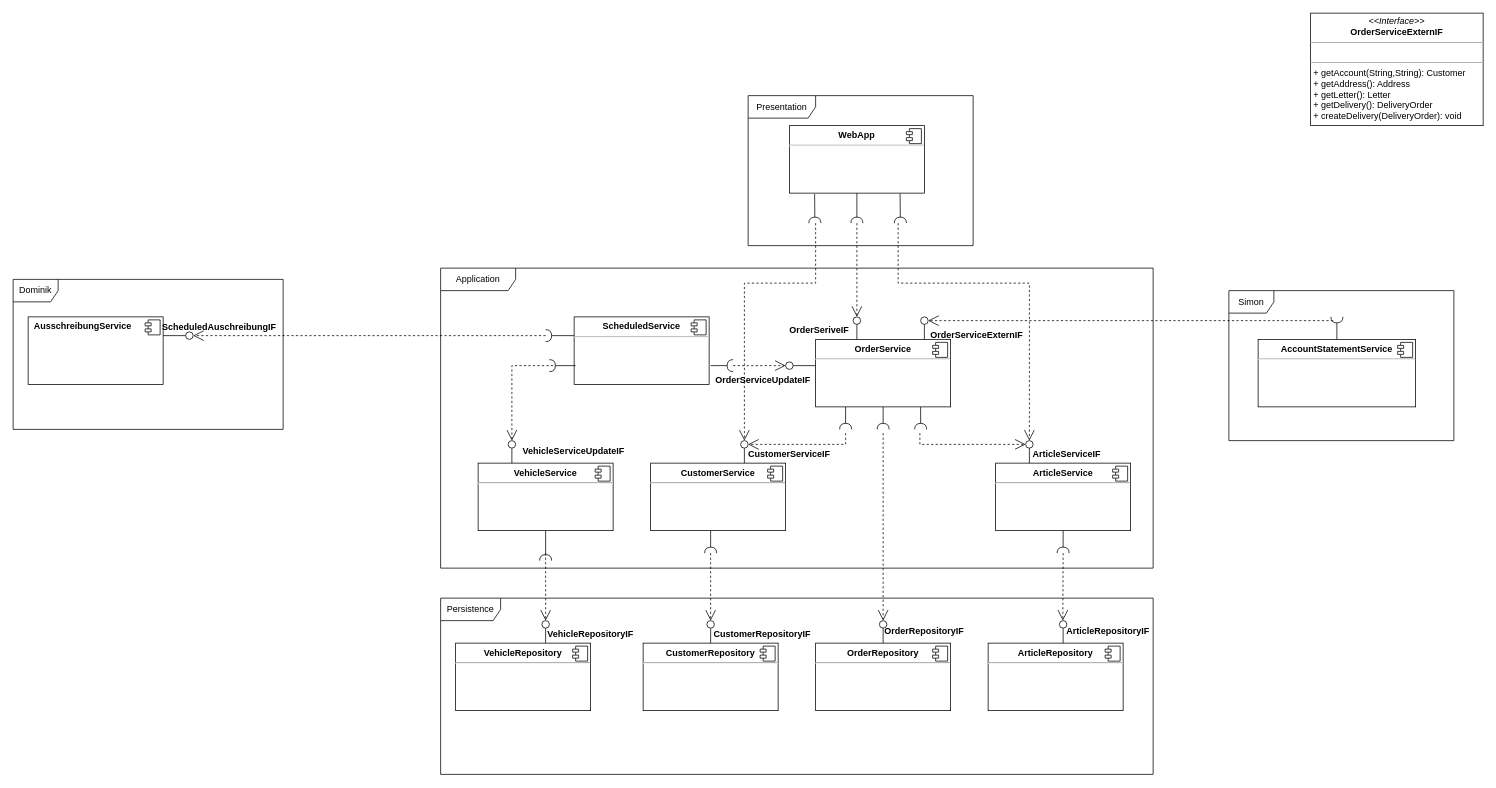
MatthiasEberhardt/Softwareentwicklung keeps this draw.io diagram as componentDiagram.drawio. Above is the earlier version. Source tidied: cells renumbered, new cells numbered last; positions are measured from the earlier drawing's top-left corner, leaving out a move shared by most shapes. Both pictures are drawn from the tidied source at 75%, with x=0, y=0 at pixel (13, 13).
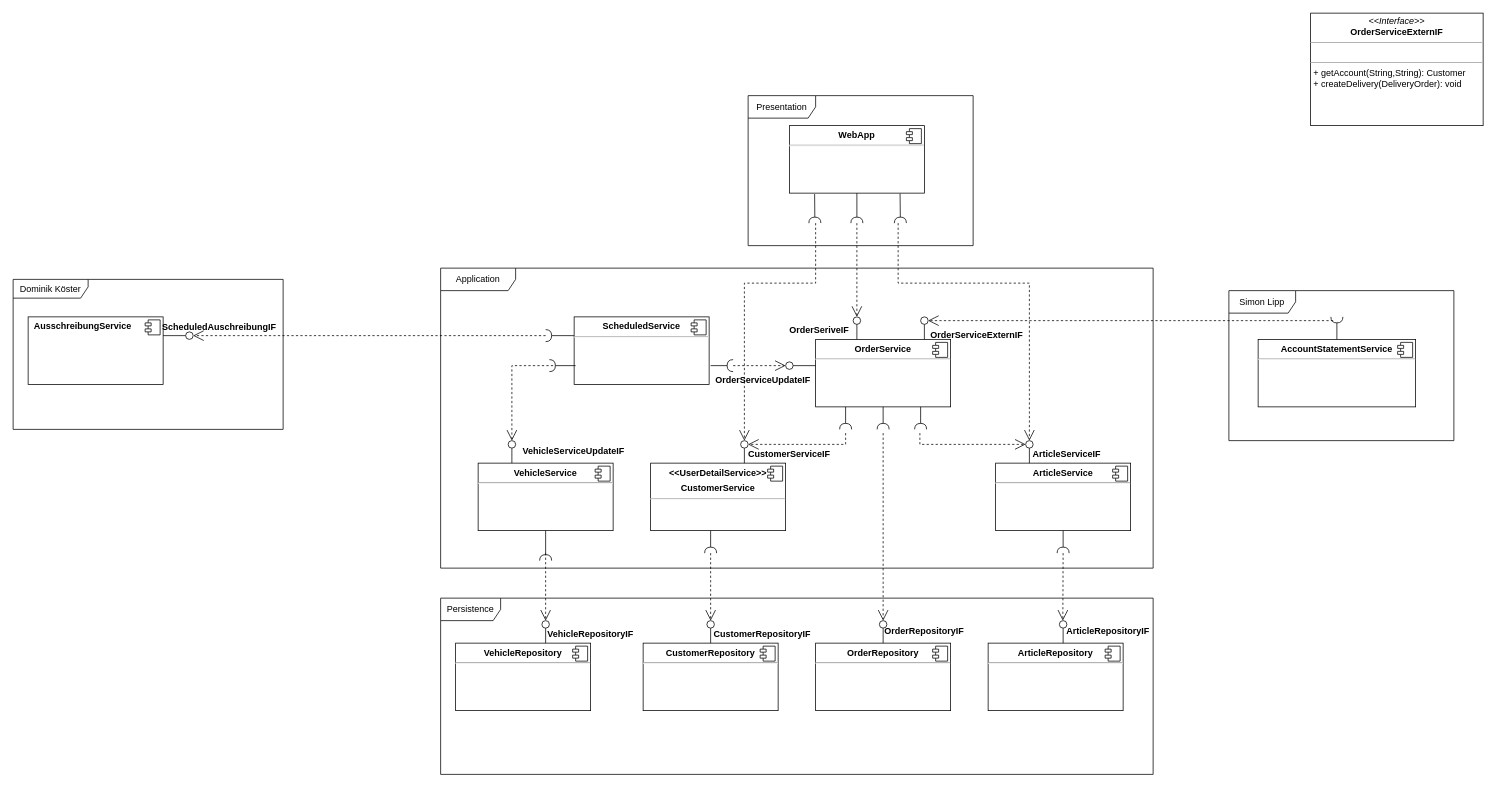
Above is the later version.

Change to the diagram source:
```diff
@@
-    <mxCell id="8" value="&lt;p style=&quot;margin: 0px ; margin-top: 6px ; text-align: center&quot;&gt;&lt;b&gt;CustomerService&lt;/b&gt;&lt;/p&gt;&lt;hr&gt;&lt;p style=&quot;margin: 0px ; margin-left: 8px&quot;&gt;&lt;br&gt;&lt;/p&gt;" style="align=left;overflow=fill;html=1;" parent="1" vertex="1">
+    <mxCell id="8" value="&lt;p style=&quot;margin: 0px ; margin-top: 6px ; text-align: center&quot;&gt;&lt;b&gt;&amp;lt;&amp;lt;UserDetailService&amp;gt;&amp;gt;&lt;/b&gt;&lt;/p&gt;&lt;p style=&quot;margin: 0px ; margin-top: 6px ; text-align: center&quot;&gt;&lt;b&gt;CustomerService&lt;/b&gt;&lt;/p&gt;&lt;hr&gt;&lt;p style=&quot;margin: 0px ; margin-left: 8px&quot;&gt;&lt;br&gt;&lt;/p&gt;" style="align=left;overflow=fill;html=1;" parent="1" vertex="1">
       <mxGeometry x="850" y="600" width="180" height="90" as="geometry" />
     </mxCell>
@@
-    <mxCell id="22" value="&lt;p style=&quot;margin: 0px ; margin-top: 4px ; text-align: center&quot;&gt;&lt;i&gt;&amp;lt;&amp;lt;Interface&amp;gt;&amp;gt;&lt;/i&gt;&lt;br&gt;&lt;b&gt;OrderServiceExternIF&lt;/b&gt;&lt;/p&gt;&lt;hr size=&quot;1&quot;&gt;&lt;p style=&quot;margin: 0px ; margin-left: 4px&quot;&gt;&lt;br&gt;&lt;/p&gt;&lt;hr size=&quot;1&quot;&gt;&lt;p style=&quot;margin: 0px ; margin-left: 4px&quot;&gt;+ getAccount(String,String): Customer&lt;br&gt;+ getAddress(): Address&lt;/p&gt;&lt;p style=&quot;margin: 0px ; margin-left: 4px&quot;&gt;+ getLetter(): Letter&lt;/p&gt;&lt;p style=&quot;margin: 0px ; margin-left: 4px&quot;&gt;+ getDelivery(): DeliveryOrder&lt;/p&gt;&lt;p style=&quot;margin: 0px ; margin-left: 4px&quot;&gt;+ createDelivery(DeliveryOrder): void&lt;/p&gt;" style="verticalAlign=top;align=left;overflow=fill;fontSize=12;fontFamily=Helvetica;html=1;" parent="1" vertex="1">
+    <mxCell id="22" value="&lt;p style=&quot;margin: 0px ; margin-top: 4px ; text-align: center&quot;&gt;&lt;i&gt;&amp;lt;&amp;lt;Interface&amp;gt;&amp;gt;&lt;/i&gt;&lt;br&gt;&lt;b&gt;OrderServiceExternIF&lt;/b&gt;&lt;/p&gt;&lt;hr size=&quot;1&quot;&gt;&lt;p style=&quot;margin: 0px ; margin-left: 4px&quot;&gt;&lt;br&gt;&lt;/p&gt;&lt;hr size=&quot;1&quot;&gt;&lt;p style=&quot;margin: 0px ; margin-left: 4px&quot;&gt;+ getAccount(String,String): Customer&lt;br&gt;&lt;/p&gt;&lt;p style=&quot;margin: 0px ; margin-left: 4px&quot;&gt;+ createDelivery(DeliveryOrder): void&lt;/p&gt;" style="verticalAlign=top;align=left;overflow=fill;fontSize=12;fontFamily=Helvetica;html=1;" parent="1" vertex="1">
       <mxGeometry x="1730" width="230" height="150" as="geometry" />
     </mxCell>
@@
-    <mxCell id="76" value="Dominik" style="shape=umlFrame;whiteSpace=wrap;html=1;" parent="1" vertex="1">
+    <mxCell id="76" value="Dominik Köster" style="shape=umlFrame;whiteSpace=wrap;html=1;width=100;height=25;" parent="1" vertex="1">
       <mxGeometry y="355" width="360" height="200" as="geometry" />
     </mxCell>
-    <mxCell id="77" value="Simon" style="shape=umlFrame;whiteSpace=wrap;html=1;" parent="1" vertex="1">
+    <mxCell id="77" value="Simon Lipp" style="shape=umlFrame;whiteSpace=wrap;html=1;width=89;height=30;" parent="1" vertex="1">
       <mxGeometry x="1621" y="370" width="300" height="200" as="geometry" />
     </mxCell>
```
